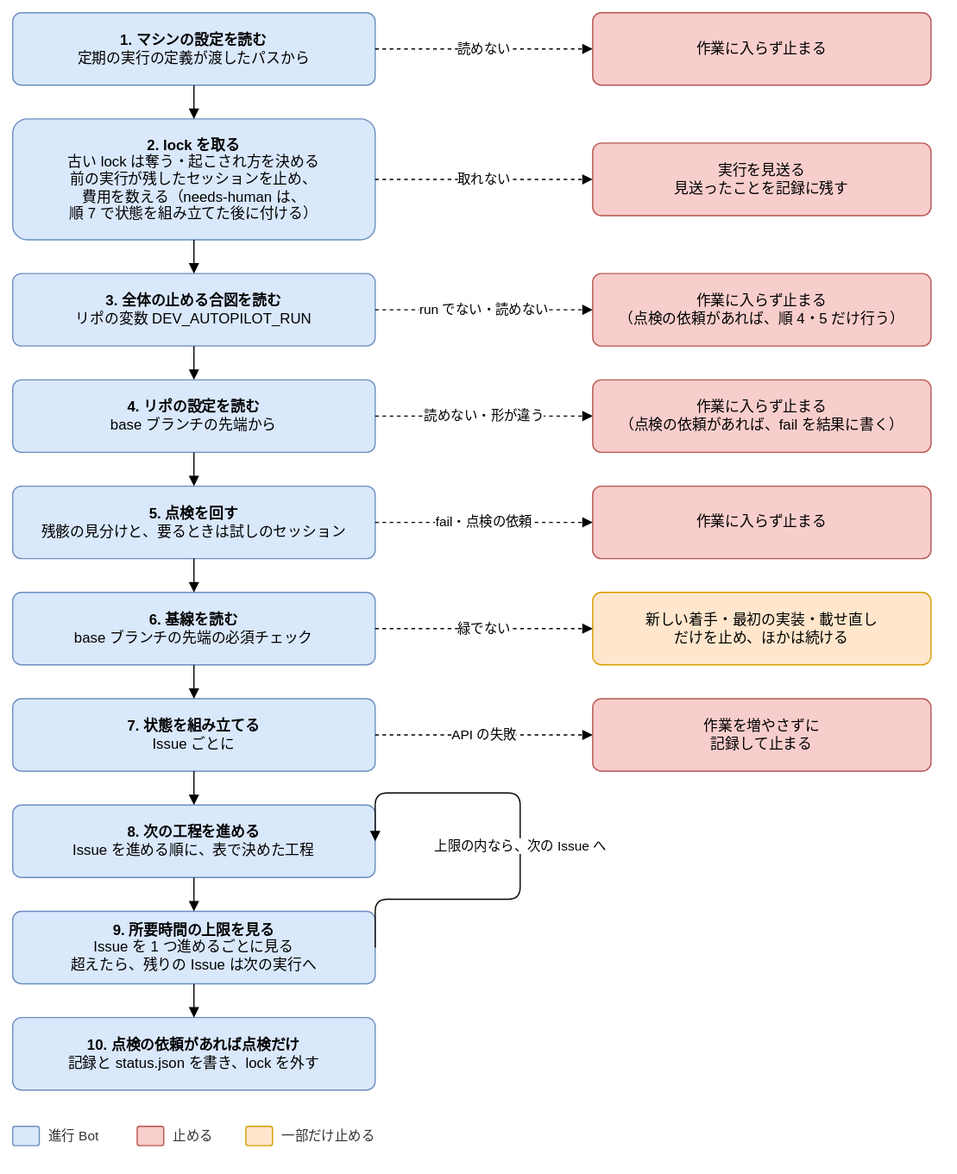
Before: docs/design/basic/diagrams/02-run-flow.drawio.svg, a diagram exported from draw.io (Joymerrevent/dev-autopilot). Source tidied: cells renumbered, new cells last; positions are measured from the earlier drawing's top-left corner, leaving out a move shared by most shapes. The source it was exported from:
```xml
<mxGraphModel background="#ffffff">
  <root>
    <mxCell id="0" />
    <mxCell id="1" parent="0" />
    <mxCell id="2" value="&lt;b&gt;1. マシンの設定を読む&lt;/b&gt;&lt;br&gt;定期の実行の定義が渡したパスから" style="rounded=1;whiteSpace=wrap;html=1;fontSize=12;arcSize=12;spacing=12;fillColor=#dae8fc;strokeColor=#6c8ebf;" parent="1" vertex="1">
      <mxGeometry width="300" height="60" as="geometry" />
    </mxCell>
    <mxCell id="3" value="作業に入らず止まる" style="rounded=1;whiteSpace=wrap;html=1;fontSize=12;arcSize=12;spacing=12;fillColor=#f8cecc;strokeColor=#b85450;" parent="1" vertex="1">
      <mxGeometry x="480" width="280" height="60" as="geometry" />
    </mxCell>
    <mxCell id="4" value="読めない" style="edgeStyle=orthogonalEdgeStyle;rounded=1;html=1;endArrow=block;endFill=1;fontSize=11;labelBackgroundColor=#ffffff;dashed=1;exitX=1;exitY=0.5;exitDx=0;exitDy=0;entryX=0;entryY=0.5;entryDx=0;entryDy=0;" parent="1" edge="1" source="2" target="3">
      <mxGeometry relative="1" as="geometry" />
    </mxCell>
    <mxCell id="5" value="&lt;b&gt;2. lock を取る&lt;/b&gt;&lt;br&gt;古い lock は奪う・起こされ方を決める&lt;br&gt;前の実行が残したセッションを止め、&lt;br&gt;費用を数える（needs-human は、&lt;br&gt;順 7 で状態を組み立てた後に付ける）" style="rounded=1;whiteSpace=wrap;html=1;fontSize=12;arcSize=12;spacing=12;fillColor=#dae8fc;strokeColor=#6c8ebf;" parent="1" vertex="1">
      <mxGeometry y="88" width="300" height="100" as="geometry" />
    </mxCell>
    <mxCell id="6" style="edgeStyle=orthogonalEdgeStyle;rounded=1;html=1;endArrow=block;endFill=1;fontSize=11;labelBackgroundColor=#ffffff;exitX=0.5;exitY=1;exitDx=0;exitDy=0;entryX=0.5;entryY=0;entryDx=0;entryDy=0;" parent="1" edge="1" source="2" target="5">
      <mxGeometry relative="1" as="geometry" />
    </mxCell>
    <mxCell id="7" value="実行を見送る&lt;br&gt;見送ったことを記録に残す" style="rounded=1;whiteSpace=wrap;html=1;fontSize=12;arcSize=12;spacing=12;fillColor=#f8cecc;strokeColor=#b85450;" parent="1" vertex="1">
      <mxGeometry x="480" y="108" width="280" height="60" as="geometry" />
    </mxCell>
    <mxCell id="8" value="取れない" style="edgeStyle=orthogonalEdgeStyle;rounded=1;html=1;endArrow=block;endFill=1;fontSize=11;labelBackgroundColor=#ffffff;dashed=1;exitX=1;exitY=0.5;exitDx=0;exitDy=0;entryX=0;entryY=0.5;entryDx=0;entryDy=0;" parent="1" edge="1" source="5" target="7">
      <mxGeometry relative="1" as="geometry" />
    </mxCell>
    <mxCell id="9" value="&lt;b&gt;3. 全体の止める合図を読む&lt;/b&gt;&lt;br&gt;リポの変数 DEV_AUTOPILOT_RUN" style="rounded=1;whiteSpace=wrap;html=1;fontSize=12;arcSize=12;spacing=12;fillColor=#dae8fc;strokeColor=#6c8ebf;" parent="1" vertex="1">
      <mxGeometry y="216" width="300" height="60" as="geometry" />
    </mxCell>
    <mxCell id="10" style="edgeStyle=orthogonalEdgeStyle;rounded=1;html=1;endArrow=block;endFill=1;fontSize=11;labelBackgroundColor=#ffffff;exitX=0.5;exitY=1;exitDx=0;exitDy=0;entryX=0.5;entryY=0;entryDx=0;entryDy=0;" parent="1" edge="1" source="5" target="9">
      <mxGeometry relative="1" as="geometry" />
    </mxCell>
    <mxCell id="11" value="作業に入らず止まる&lt;br&gt;（点検の依頼があれば、順 4・5 だけ行う）" style="rounded=1;whiteSpace=wrap;html=1;fontSize=12;arcSize=12;spacing=12;fillColor=#f8cecc;strokeColor=#b85450;" parent="1" vertex="1">
      <mxGeometry x="480" y="216" width="280" height="60" as="geometry" />
    </mxCell>
    <mxCell id="12" value="run でない・読めない" style="edgeStyle=orthogonalEdgeStyle;rounded=1;html=1;endArrow=block;endFill=1;fontSize=11;labelBackgroundColor=#ffffff;dashed=1;exitX=1;exitY=0.5;exitDx=0;exitDy=0;entryX=0;entryY=0.5;entryDx=0;entryDy=0;" parent="1" edge="1" source="9" target="11">
      <mxGeometry relative="1" as="geometry" />
    </mxCell>
    <mxCell id="13" value="&lt;b&gt;4. リポの設定を読む&lt;/b&gt;&lt;br&gt;base ブランチの先端から" style="rounded=1;whiteSpace=wrap;html=1;fontSize=12;arcSize=12;spacing=12;fillColor=#dae8fc;strokeColor=#6c8ebf;" parent="1" vertex="1">
      <mxGeometry y="304" width="300" height="60" as="geometry" />
    </mxCell>
    <mxCell id="14" style="edgeStyle=orthogonalEdgeStyle;rounded=1;html=1;endArrow=block;endFill=1;fontSize=11;labelBackgroundColor=#ffffff;exitX=0.5;exitY=1;exitDx=0;exitDy=0;entryX=0.5;entryY=0;entryDx=0;entryDy=0;" parent="1" edge="1" source="9" target="13">
      <mxGeometry relative="1" as="geometry" />
    </mxCell>
    <mxCell id="15" value="作業に入らず止まる&lt;br&gt;（点検の依頼があれば、fail を結果に書く）" style="rounded=1;whiteSpace=wrap;html=1;fontSize=12;arcSize=12;spacing=12;fillColor=#f8cecc;strokeColor=#b85450;" parent="1" vertex="1">
      <mxGeometry x="480" y="304" width="280" height="60" as="geometry" />
    </mxCell>
    <mxCell id="16" value="読めない・形が違う" style="edgeStyle=orthogonalEdgeStyle;rounded=1;html=1;endArrow=block;endFill=1;fontSize=11;labelBackgroundColor=#ffffff;dashed=1;exitX=1;exitY=0.5;exitDx=0;exitDy=0;entryX=0;entryY=0.5;entryDx=0;entryDy=0;" parent="1" edge="1" source="13" target="15">
      <mxGeometry relative="1" as="geometry" />
    </mxCell>
    <mxCell id="17" value="&lt;b&gt;5. 点検を回す&lt;/b&gt;&lt;br&gt;残骸の見分けと、要るときは試しのセッション" style="rounded=1;whiteSpace=wrap;html=1;fontSize=12;arcSize=12;spacing=12;fillColor=#dae8fc;strokeColor=#6c8ebf;" parent="1" vertex="1">
      <mxGeometry y="392" width="300" height="60" as="geometry" />
    </mxCell>
    <mxCell id="18" style="edgeStyle=orthogonalEdgeStyle;rounded=1;html=1;endArrow=block;endFill=1;fontSize=11;labelBackgroundColor=#ffffff;exitX=0.5;exitY=1;exitDx=0;exitDy=0;entryX=0.5;entryY=0;entryDx=0;entryDy=0;" parent="1" edge="1" source="13" target="17">
      <mxGeometry relative="1" as="geometry" />
    </mxCell>
    <mxCell id="19" value="作業に入らず止まる" style="rounded=1;whiteSpace=wrap;html=1;fontSize=12;arcSize=12;spacing=12;fillColor=#f8cecc;strokeColor=#b85450;" parent="1" vertex="1">
      <mxGeometry x="480" y="392" width="280" height="60" as="geometry" />
    </mxCell>
    <mxCell id="20" value="fail・点検の依頼" style="edgeStyle=orthogonalEdgeStyle;rounded=1;html=1;endArrow=block;endFill=1;fontSize=11;labelBackgroundColor=#ffffff;dashed=1;exitX=1;exitY=0.5;exitDx=0;exitDy=0;entryX=0;entryY=0.5;entryDx=0;entryDy=0;" parent="1" edge="1" source="17" target="19">
      <mxGeometry relative="1" as="geometry" />
    </mxCell>
    <mxCell id="21" value="&lt;b&gt;6. 基線を読む&lt;/b&gt;&lt;br&gt;base ブランチの先端の必須チェック" style="rounded=1;whiteSpace=wrap;html=1;fontSize=12;arcSize=12;spacing=12;fillColor=#dae8fc;strokeColor=#6c8ebf;" parent="1" vertex="1">
      <mxGeometry y="480" width="300" height="60" as="geometry" />
    </mxCell>
    <mxCell id="22" style="edgeStyle=orthogonalEdgeStyle;rounded=1;html=1;endArrow=block;endFill=1;fontSize=11;labelBackgroundColor=#ffffff;exitX=0.5;exitY=1;exitDx=0;exitDy=0;entryX=0.5;entryY=0;entryDx=0;entryDy=0;" parent="1" edge="1" source="17" target="21">
      <mxGeometry relative="1" as="geometry" />
    </mxCell>
    <mxCell id="23" value="新しい着手・最初の実装・載せ直し&lt;br&gt;だけを止め、ほかは続ける" style="rounded=1;whiteSpace=wrap;html=1;fontSize=12;arcSize=12;spacing=12;fillColor=#ffe6cc;strokeColor=#d79b00;" parent="1" vertex="1">
      <mxGeometry x="480" y="480" width="280" height="60" as="geometry" />
    </mxCell>
    <mxCell id="24" value="緑でない" style="edgeStyle=orthogonalEdgeStyle;rounded=1;html=1;endArrow=block;endFill=1;fontSize=11;labelBackgroundColor=#ffffff;dashed=1;exitX=1;exitY=0.5;exitDx=0;exitDy=0;entryX=0;entryY=0.5;entryDx=0;entryDy=0;" parent="1" edge="1" source="21" target="23">
      <mxGeometry relative="1" as="geometry" />
    </mxCell>
    <mxCell id="25" value="&lt;b&gt;7. 状態を組み立てる&lt;/b&gt;&lt;br&gt;Issue ごとに" style="rounded=1;whiteSpace=wrap;html=1;fontSize=12;arcSize=12;spacing=12;fillColor=#dae8fc;strokeColor=#6c8ebf;" parent="1" vertex="1">
      <mxGeometry y="568" width="300" height="60" as="geometry" />
    </mxCell>
    <mxCell id="26" style="edgeStyle=orthogonalEdgeStyle;rounded=1;html=1;endArrow=block;endFill=1;fontSize=11;labelBackgroundColor=#ffffff;exitX=0.5;exitY=1;exitDx=0;exitDy=0;entryX=0.5;entryY=0;entryDx=0;entryDy=0;" parent="1" edge="1" source="21" target="25">
      <mxGeometry relative="1" as="geometry" />
    </mxCell>
    <mxCell id="27" value="作業を増やさずに&lt;br&gt;記録して止まる" style="rounded=1;whiteSpace=wrap;html=1;fontSize=12;arcSize=12;spacing=12;fillColor=#f8cecc;strokeColor=#b85450;" parent="1" vertex="1">
      <mxGeometry x="480" y="568" width="280" height="60" as="geometry" />
    </mxCell>
    <mxCell id="28" value="API の失敗" style="edgeStyle=orthogonalEdgeStyle;rounded=1;html=1;endArrow=block;endFill=1;fontSize=11;labelBackgroundColor=#ffffff;dashed=1;exitX=1;exitY=0.5;exitDx=0;exitDy=0;entryX=0;entryY=0.5;entryDx=0;entryDy=0;" parent="1" edge="1" source="25" target="27">
      <mxGeometry relative="1" as="geometry" />
    </mxCell>
    <mxCell id="29" value="&lt;b&gt;8. 次の工程を進める&lt;/b&gt;&lt;br&gt;Issue を進める順に、表で決めた工程" style="rounded=1;whiteSpace=wrap;html=1;fontSize=12;arcSize=12;spacing=12;fillColor=#dae8fc;strokeColor=#6c8ebf;" parent="1" vertex="1">
      <mxGeometry y="656" width="300" height="60" as="geometry" />
    </mxCell>
    <mxCell id="30" style="edgeStyle=orthogonalEdgeStyle;rounded=1;html=1;endArrow=block;endFill=1;fontSize=11;labelBackgroundColor=#ffffff;exitX=0.5;exitY=1;exitDx=0;exitDy=0;entryX=0.5;entryY=0;entryDx=0;entryDy=0;" parent="1" edge="1" source="25" target="29">
      <mxGeometry relative="1" as="geometry" />
    </mxCell>
    <mxCell id="31" value="&lt;b&gt;9. 所要時間の上限を見る&lt;/b&gt;&lt;br&gt;Issue を 1 つ進めるごとに見る&lt;br&gt;超えたら、残りの Issue は次の実行へ" style="rounded=1;whiteSpace=wrap;html=1;fontSize=12;arcSize=12;spacing=12;fillColor=#dae8fc;strokeColor=#6c8ebf;" parent="1" vertex="1">
      <mxGeometry y="744" width="300" height="60" as="geometry" />
    </mxCell>
    <mxCell id="32" style="edgeStyle=orthogonalEdgeStyle;rounded=1;html=1;endArrow=block;endFill=1;fontSize=11;labelBackgroundColor=#ffffff;exitX=0.5;exitY=1;exitDx=0;exitDy=0;entryX=0.5;entryY=0;entryDx=0;entryDy=0;" parent="1" edge="1" source="29" target="31">
      <mxGeometry relative="1" as="geometry" />
    </mxCell>
    <mxCell id="33" value="&lt;b&gt;10. 点検の依頼があれば点検だけ&lt;/b&gt;&lt;br&gt;記録と status.json を書き、lock を外す" style="rounded=1;whiteSpace=wrap;html=1;fontSize=12;arcSize=12;spacing=12;fillColor=#dae8fc;strokeColor=#6c8ebf;" parent="1" vertex="1">
      <mxGeometry y="832" width="300" height="60" as="geometry" />
    </mxCell>
    <mxCell id="34" style="edgeStyle=orthogonalEdgeStyle;rounded=1;html=1;endArrow=block;endFill=1;fontSize=11;labelBackgroundColor=#ffffff;exitX=0.5;exitY=1;exitDx=0;exitDy=0;entryX=0.5;entryY=0;entryDx=0;entryDy=0;" parent="1" edge="1" source="31" target="33">
      <mxGeometry relative="1" as="geometry" />
    </mxCell>
    <mxCell id="35" value="上限の内なら、次の Issue へ" style="edgeStyle=orthogonalEdgeStyle;rounded=1;html=1;endArrow=block;endFill=1;fontSize=11;labelBackgroundColor=#ffffff;exitX=1;exitY=0.5;exitDx=0;exitDy=0;entryX=1;entryY=0.5;entryDx=0;entryDy=0;" parent="1" edge="1" source="31" target="29">
      <mxGeometry relative="1" as="geometry">
        <Array as="points">
          <mxPoint x="420" y="734" />
          <mxPoint x="420" y="646" />
        </Array>
      </mxGeometry>
    </mxCell>
    <mxCell id="36" style="rounded=1;whiteSpace=wrap;html=1;fontSize=12;arcSize=12;spacing=12;fillColor=#dae8fc;strokeColor=#6c8ebf;" parent="1" vertex="1">
      <mxGeometry y="922" width="22" height="16" as="geometry" />
    </mxCell>
    <mxCell id="37" value="進行 Bot" style="text;html=1;align=left;verticalAlign=middle;fontSize=11;fontColor=#333333;" parent="1" vertex="1">
      <mxGeometry x="28" y="920" width="59" height="20" as="geometry" />
    </mxCell>
    <mxCell id="38" style="rounded=1;whiteSpace=wrap;html=1;fontSize=12;arcSize=12;spacing=12;fillColor=#f8cecc;strokeColor=#b85450;" parent="1" vertex="1">
      <mxGeometry x="103" y="922" width="22" height="16" as="geometry" />
    </mxCell>
    <mxCell id="39" value="止める" style="text;html=1;align=left;verticalAlign=middle;fontSize=11;fontColor=#333333;" parent="1" vertex="1">
      <mxGeometry x="131" y="920" width="46" height="20" as="geometry" />
    </mxCell>
    <mxCell id="40" style="rounded=1;whiteSpace=wrap;html=1;fontSize=12;arcSize=12;spacing=12;fillColor=#ffe6cc;strokeColor=#d79b00;" parent="1" vertex="1">
      <mxGeometry x="193" y="922" width="22" height="16" as="geometry" />
    </mxCell>
    <mxCell id="41" value="一部だけ止める" style="text;html=1;align=left;verticalAlign=middle;fontSize=11;fontColor=#333333;" parent="1" vertex="1">
      <mxGeometry x="221" y="920" width="94" height="20" as="geometry" />
    </mxCell>
  </root>
</mxGraphModel>
```
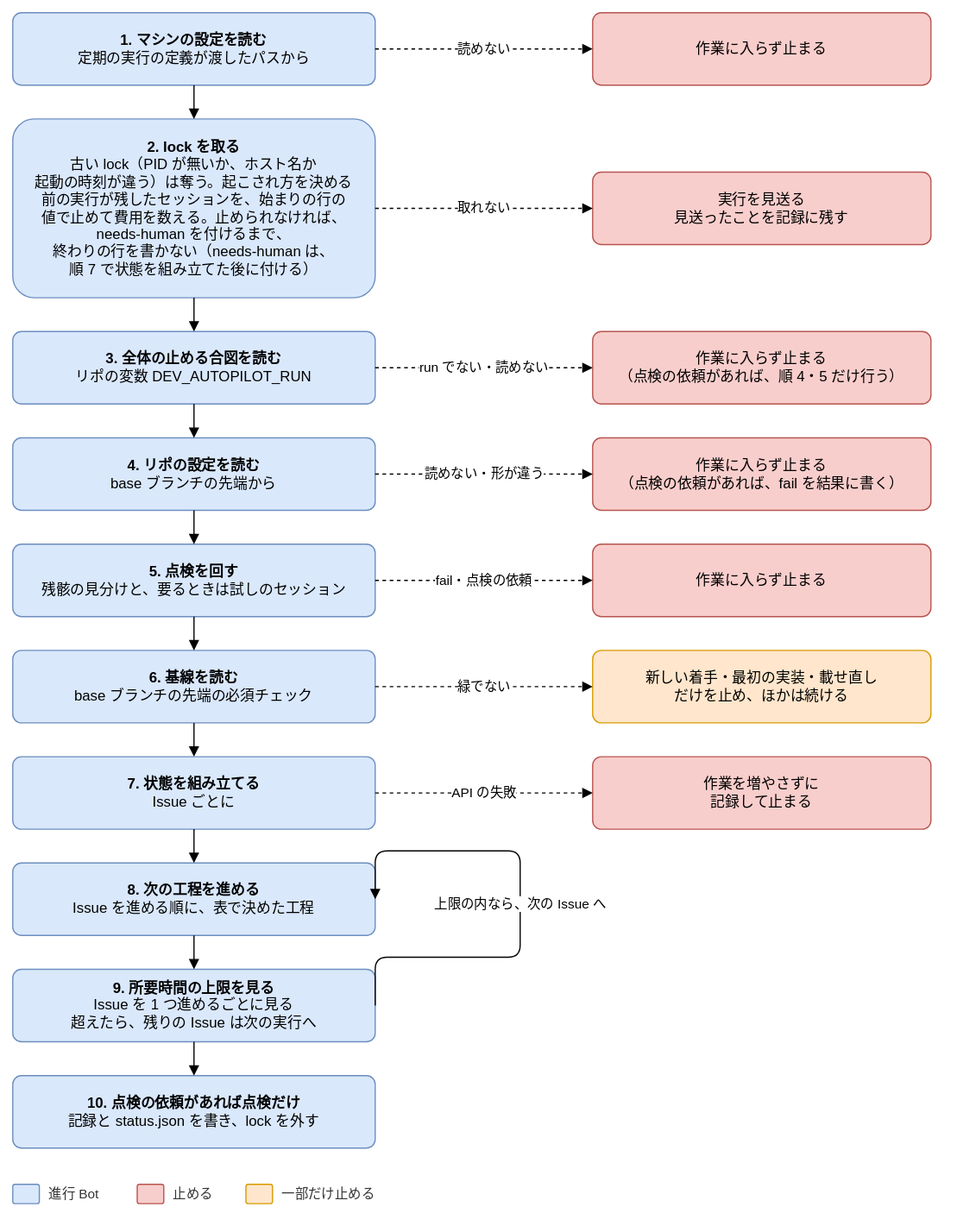
Later version of the same file.

What changed in the source:
```diff
@@ -3,22 +3,22 @@
     <mxCell id="0" />
     <mxCell id="1" parent="0" />
     <mxCell id="2" value="&lt;b&gt;1. マシンの設定を読む&lt;/b&gt;&lt;br&gt;定期の実行の定義が渡したパスから" style="rounded=1;whiteSpace=wrap;html=1;fontSize=12;arcSize=12;spacing=12;fillColor=#dae8fc;strokeColor=#6c8ebf;" parent="1" vertex="1">
-      <mxGeometry width="300" height="60" as="geometry" />
+      <mxGeometry y="-48" width="300" height="60" as="geometry" />
     </mxCell>
     <mxCell id="3" value="作業に入らず止まる" style="rounded=1;whiteSpace=wrap;html=1;fontSize=12;arcSize=12;spacing=12;fillColor=#f8cecc;strokeColor=#b85450;" parent="1" vertex="1">
-      <mxGeometry x="480" width="280" height="60" as="geometry" />
+      <mxGeometry x="480" y="-48" width="280" height="60" as="geometry" />
     </mxCell>
     <mxCell id="4" value="読めない" style="edgeStyle=orthogonalEdgeStyle;rounded=1;html=1;endArrow=block;endFill=1;fontSize=11;labelBackgroundColor=#ffffff;dashed=1;exitX=1;exitY=0.5;exitDx=0;exitDy=0;entryX=0;entryY=0.5;entryDx=0;entryDy=0;" parent="1" edge="1" source="2" target="3">
       <mxGeometry relative="1" as="geometry" />
     </mxCell>
-    <mxCell id="5" value="&lt;b&gt;2. lock を取る&lt;/b&gt;&lt;br&gt;古い lock は奪う・起こされ方を決める&lt;br&gt;前の実行が残したセッションを止め、&lt;br&gt;費用を数える（needs-human は、&lt;br&gt;順 7 で状態を組み立てた後に付ける）" style="rounded=1;whiteSpace=wrap;html=1;fontSize=12;arcSize=12;spacing=12;fillColor=#dae8fc;strokeColor=#6c8ebf;" parent="1" vertex="1">
-      <mxGeometry y="88" width="300" height="100" as="geometry" />
+    <mxCell id="5" value="&lt;b&gt;2. lock を取る&lt;/b&gt;&lt;br&gt;古い lock（PID が無いか、ホスト名か&lt;br&gt;起動の時刻が違う）は奪う。起こされ方を決める&lt;br&gt;前の実行が残したセッションを、始まりの行の&lt;br&gt;値で止めて費用を数える。止められなければ、&lt;br&gt;needs-human を付けるまで、&lt;br&gt;終わりの行を書かない（needs-human は、&lt;br&gt;順 7 で状態を組み立てた後に付ける）" style="rounded=1;whiteSpace=wrap;html=1;fontSize=12;arcSize=12;spacing=12;fillColor=#dae8fc;strokeColor=#6c8ebf;" parent="1" vertex="1">
+      <mxGeometry y="40" width="300" height="148" as="geometry" />
     </mxCell>
     <mxCell id="6" style="edgeStyle=orthogonalEdgeStyle;rounded=1;html=1;endArrow=block;endFill=1;fontSize=11;labelBackgroundColor=#ffffff;exitX=0.5;exitY=1;exitDx=0;exitDy=0;entryX=0.5;entryY=0;entryDx=0;entryDy=0;" parent="1" edge="1" source="2" target="5">
       <mxGeometry relative="1" as="geometry" />
     </mxCell>
     <mxCell id="7" value="実行を見送る&lt;br&gt;見送ったことを記録に残す" style="rounded=1;whiteSpace=wrap;html=1;fontSize=12;arcSize=12;spacing=12;fillColor=#f8cecc;strokeColor=#b85450;" parent="1" vertex="1">
-      <mxGeometry x="480" y="108" width="280" height="60" as="geometry" />
+      <mxGeometry x="480" y="84" width="280" height="60" as="geometry" />
     </mxCell>
     <mxCell id="8" value="取れない" style="edgeStyle=orthogonalEdgeStyle;rounded=1;html=1;endArrow=block;endFill=1;fontSize=11;labelBackgroundColor=#ffffff;dashed=1;exitX=1;exitY=0.5;exitDx=0;exitDy=0;entryX=0;entryY=0.5;entryDx=0;entryDy=0;" parent="1" edge="1" source="5" target="7">
       <mxGeometry relative="1" as="geometry" />
```
